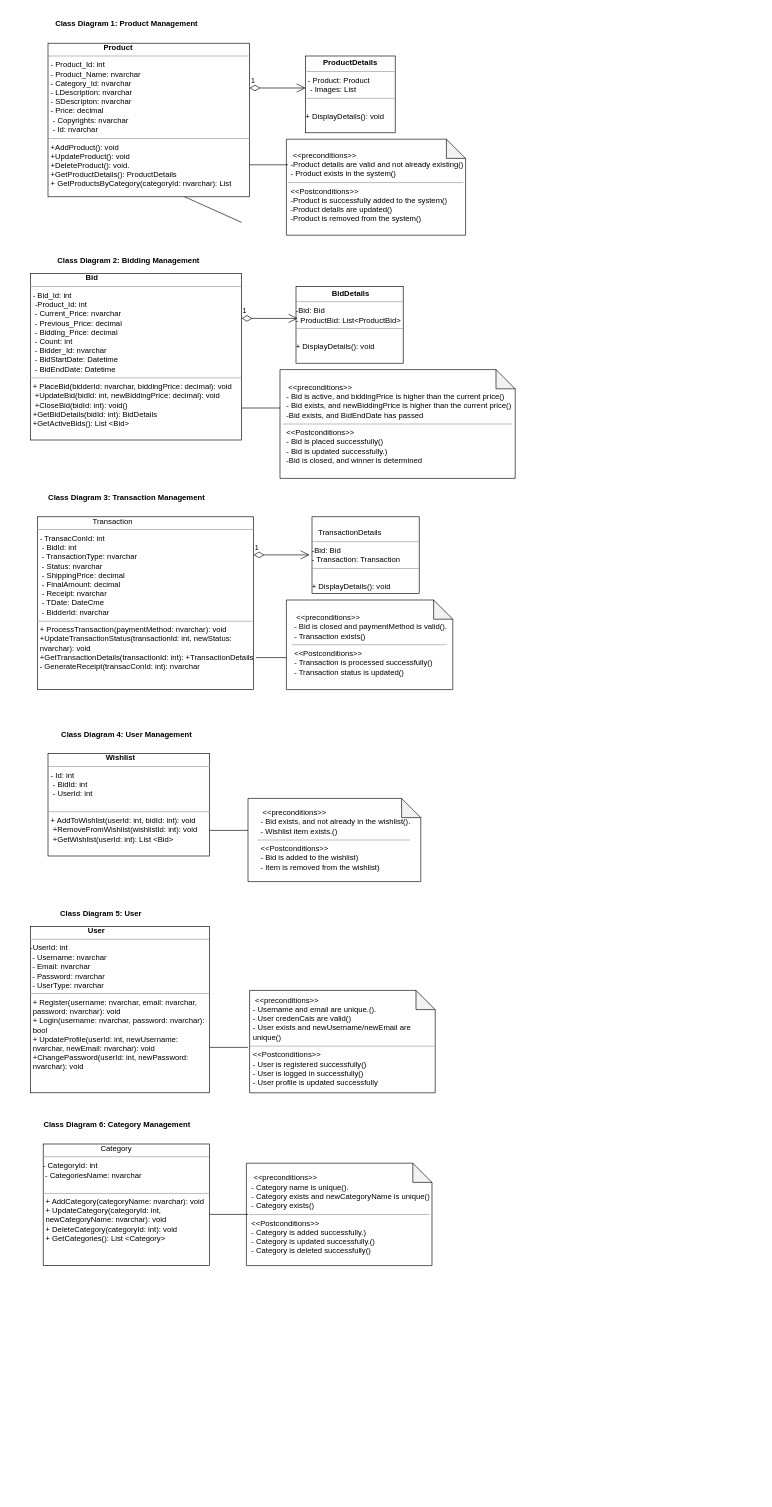
Calebcheruiyc/ProjTech keeps this draw.io diagram as Untitled Diagram.drawio. Above is the earlier version. Source tidied: cells renumbered, new cells numbered last; positions are measured from the earlier drawing's top-left corner, leaving out a move shared by most shapes. Both pictures are drawn from the tidied source at 64%, with x=0, y=0 at pixel (24, 11).
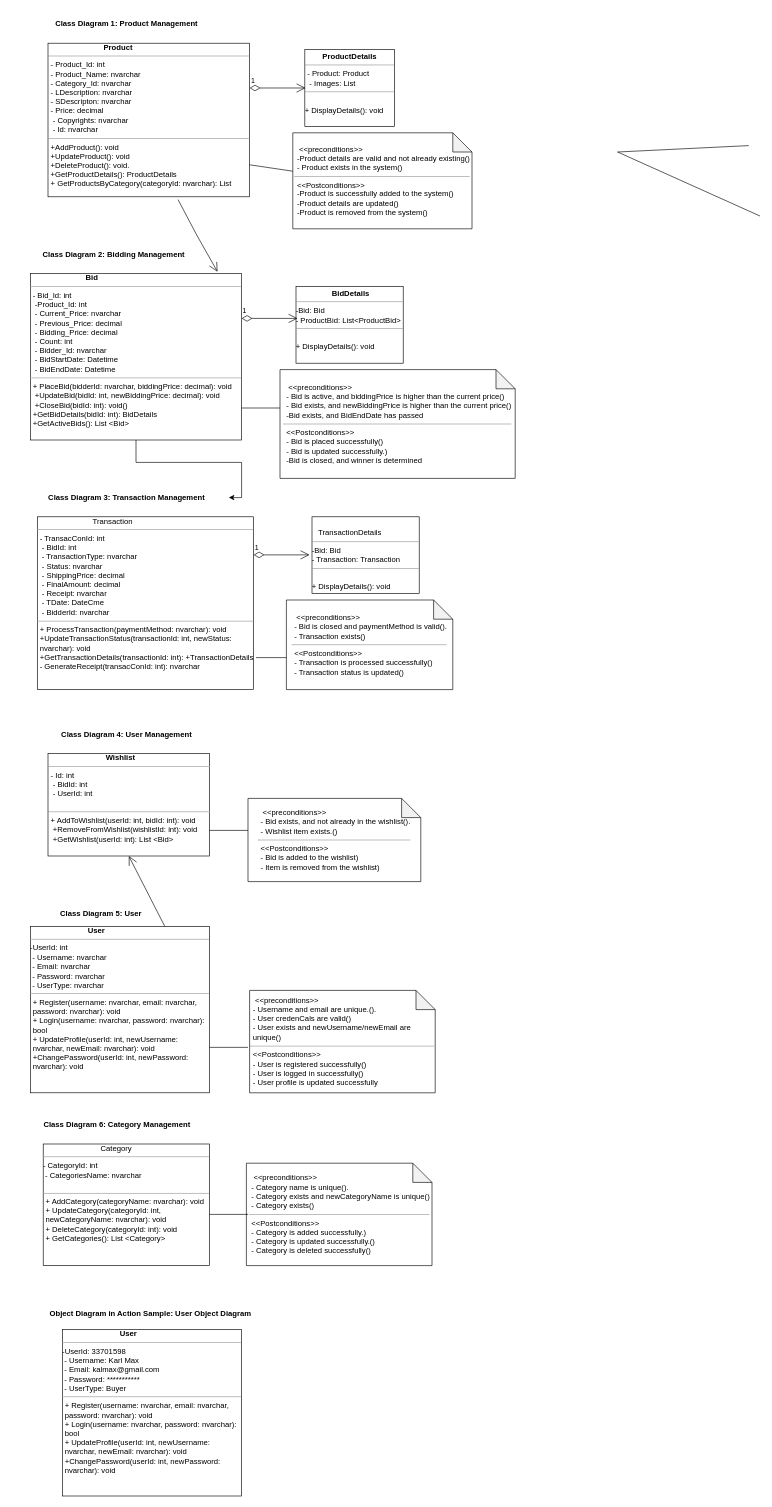
The same diagram, later.

Unchanged cells that the change refers to:
```xml
<mxCell id="3" value="&amp;nbsp; &amp;nbsp; &amp;nbsp; &amp;nbsp; &amp;nbsp; &amp;nbsp; &amp;nbsp; &amp;nbsp; &amp;nbsp; &amp;nbsp; &amp;nbsp; &amp;nbsp; &amp;nbsp; &lt;b&gt;Product&lt;/b&gt;&lt;br&gt;&lt;hr size=&quot;1&quot;&gt;&lt;p style=&quot;margin:0px;margin-left:4px;&quot;&gt;- Product_Id: int&lt;/p&gt;&lt;p style=&quot;margin:0px;margin-left:4px;&quot;&gt;- Product_Name: nvarchar&lt;/p&gt;&lt;p style=&quot;margin:0px;margin-left:4px;&quot;&gt;- Category_Id: nvarchar&lt;/p&gt;&lt;p style=&quot;margin:0px;margin-left:4px;&quot;&gt;- LDescription: nvarchar&lt;br&gt;&lt;/p&gt;&lt;p style=&quot;margin:0px;margin-left:4px;&quot;&gt;- SDescripton: nvarchar&lt;br&gt;&lt;/p&gt;&lt;p style=&quot;margin:0px;margin-left:4px;&quot;&gt;- Price: decimal&amp;nbsp;&lt;/p&gt;&lt;p style=&quot;margin:0px;margin-left:4px;&quot;&gt;&amp;nbsp;- Copyrights: nvarchar&amp;nbsp;&lt;/p&gt;&lt;p style=&quot;margin:0px;margin-left:4px;&quot;&gt;&amp;nbsp;- Id: nvarchar&lt;/p&gt;&lt;hr size=&quot;1&quot;&gt;&lt;p style=&quot;margin:0px;margin-left:4px;&quot;&gt;+AddProduct(): void&amp;nbsp;&lt;/p&gt;&lt;p style=&quot;margin:0px;margin-left:4px;&quot;&gt;+UpdateProduct(): void&lt;br&gt;+DeleteProduct(): void.&lt;br&gt;+GetProductDetails(): ProductDetails&lt;br&gt;+ GetProductsByCategory(categoryId: nvarchar): List&lt;br&gt;&lt;/p&gt;" style="verticalAlign=top;align=left;overflow=fill;fontSize=12;fontFamily=Helvetica;html=1;whiteSpace=wrap;" parent="1" vertex="1">
  <mxGeometry x="37.5" y="50" width="315" height="240" as="geometry" />
</mxCell>
<mxCell id="10" value="&amp;nbsp; &amp;nbsp; &amp;nbsp; &amp;nbsp; &amp;nbsp; &amp;nbsp; &amp;nbsp; &amp;nbsp; &amp;nbsp; &amp;nbsp; &amp;nbsp; &amp;nbsp; &amp;nbsp;&lt;b&gt;  Bid&lt;/b&gt;&lt;br&gt;&lt;hr size=&quot;1&quot;&gt;&lt;p style=&quot;margin:0px;margin-left:4px;&quot;&gt;- Bid_Id: int&lt;/p&gt;&lt;p style=&quot;margin:0px;margin-left:4px;&quot;&gt;&amp;nbsp;-Product_Id: int&lt;/p&gt;&lt;p style=&quot;margin:0px;margin-left:4px;&quot;&gt;&amp;nbsp;- Current_Price: nvarchar&amp;nbsp;&lt;/p&gt;&lt;p style=&quot;margin:0px;margin-left:4px;&quot;&gt;&amp;nbsp;- Previous_Price: decimal&amp;nbsp;&lt;/p&gt;&lt;p style=&quot;margin:0px;margin-left:4px;&quot;&gt;&amp;nbsp;- Bidding_Price: decimal&lt;/p&gt;&lt;p style=&quot;margin:0px;margin-left:4px;&quot;&gt;&amp;nbsp;- Count: int&amp;nbsp;&lt;/p&gt;&lt;p style=&quot;margin:0px;margin-left:4px;&quot;&gt;&amp;nbsp;- Bidder_Id: nvarchar&amp;nbsp;&lt;/p&gt;&lt;p style=&quot;margin:0px;margin-left:4px;&quot;&gt;&amp;nbsp;- BidStartDate: Datetime&lt;/p&gt;&lt;p style=&quot;margin:0px;margin-left:4px;&quot;&gt;&amp;nbsp;- BidEndDate: Datetime&lt;br&gt;&lt;/p&gt;&lt;hr size=&quot;1&quot;&gt;&lt;p style=&quot;margin:0px;margin-left:4px;&quot;&gt;+ PlaceBid(bidderId: nvarchar, biddingPrice: decimal): void&lt;br&gt;&lt;/p&gt;&lt;p style=&quot;margin:0px;margin-left:4px;&quot;&gt;&amp;nbsp;+UpdateBid(bidId: int, newBiddingPrice: decimal): void&lt;br&gt;&lt;/p&gt;&lt;p style=&quot;margin:0px;margin-left:4px;&quot;&gt;&amp;nbsp;+CloseBid(bidId: int): void()&lt;br&gt;&lt;/p&gt;&lt;p style=&quot;margin:0px;margin-left:4px;&quot;&gt;+GetBidDetails(bidId: int): BidDetails&lt;br&gt;+GetActiveBids(): List &amp;lt;Bid&amp;gt;&lt;br&gt;&lt;/p&gt;" style="verticalAlign=top;align=left;overflow=fill;fontSize=12;fontFamily=Helvetica;html=1;whiteSpace=wrap;" parent="1" vertex="1">
  <mxGeometry x="10" y="410" width="330" height="260" as="geometry" />
</mxCell>
<mxCell id="15" value=" Class Diagram 3: Transaction Management" style="text;align=center;fontStyle=1;verticalAlign=middle;spacingLeft=3;spacingRight=3;strokeColor=none;points=[[0,0.5],[1,0.5]];portConstraint=eastwest;html=1;" parent="1" vertex="1">
  <mxGeometry y="740" width="320" height="40" as="geometry" />
</mxCell>
<mxCell id="22" value="&amp;nbsp; &amp;nbsp; &amp;nbsp; &amp;nbsp; &amp;nbsp; &amp;nbsp; &amp;nbsp; &amp;nbsp; &amp;nbsp; &amp;nbsp; &amp;nbsp; &amp;nbsp; &amp;nbsp;&lt;b&gt;&amp;nbsp;&lt;/b&gt; &lt;b&gt;Wishlist&lt;/b&gt;&lt;br&gt;&lt;hr size=&quot;1&quot;&gt;&lt;p style=&quot;margin:0px;margin-left:4px;&quot;&gt;- Id: int&amp;nbsp;&lt;/p&gt;&lt;p style=&quot;margin:0px;margin-left:4px;&quot;&gt;&amp;nbsp;- BidId: int&lt;/p&gt;&lt;p style=&quot;margin:0px;margin-left:4px;&quot;&gt;&amp;nbsp;- UserId: int&lt;br&gt;&lt;/p&gt;&lt;p style=&quot;margin:0px;margin-left:4px;&quot;&gt;&lt;br&gt;&lt;/p&gt;&lt;hr size=&quot;1&quot;&gt;&lt;p style=&quot;border-color: var(--border-color); margin: 0px 0px 0px 4px;&quot;&gt;+ AddToWishlist(userId: int, bidId: int): void&lt;br style=&quot;border-color: var(--border-color);&quot;&gt;&lt;/p&gt;&lt;p style=&quot;border-color: var(--border-color); margin: 0px 0px 0px 4px;&quot;&gt;&amp;nbsp;+RemoveFromWishlist(wishlistId: int): void&lt;br style=&quot;border-color: var(--border-color);&quot;&gt;&lt;/p&gt;&lt;p style=&quot;border-color: var(--border-color); margin: 0px 0px 0px 4px;&quot;&gt;&amp;nbsp;+GetWishlist(userId: int): List &amp;lt;Bid&amp;gt;&lt;/p&gt;" style="verticalAlign=top;align=left;overflow=fill;fontSize=12;fontFamily=Helvetica;html=1;whiteSpace=wrap;" parent="1" vertex="1">
  <mxGeometry x="37.5" y="1160" width="252.5" height="160" as="geometry" />
</mxCell>
<mxCell id="26" value="&amp;nbsp; &amp;nbsp; &amp;nbsp; &amp;nbsp; &amp;nbsp; &amp;nbsp; &amp;nbsp; &amp;nbsp; &amp;nbsp; &amp;nbsp; &amp;nbsp; &amp;nbsp; &amp;nbsp;&lt;b&gt;&amp;nbsp;&amp;nbsp;User&lt;/b&gt;&lt;br&gt;&lt;hr size=&quot;1&quot;&gt;&lt;p style=&quot;margin:0px;margin-left:4px;&quot;&gt;&lt;/p&gt;-UserId: int&lt;br&gt;&amp;nbsp;- Username: nvarchar&lt;br&gt;&amp;nbsp;- Email: nvarchar&lt;br&gt;&amp;nbsp;- Password: nvarchar&lt;br&gt;&amp;nbsp;- UserType: nvarchar&lt;hr size=&quot;1&quot;&gt;&lt;p style=&quot;border-color: var(--border-color); margin: 0px 0px 0px 4px;&quot;&gt;+ Register(username: nvarchar, email: nvarchar, password: nvarchar): void&lt;br&gt;&lt;/p&gt;&lt;p style=&quot;border-color: var(--border-color); margin: 0px 0px 0px 4px;&quot;&gt;+ Login(username: nvarchar, password: nvarchar): bool&lt;br&gt;&lt;/p&gt;&lt;p style=&quot;border-color: var(--border-color); margin: 0px 0px 0px 4px;&quot;&gt;+ UpdateProfile(userId: int, newUsername: nvarchar, newEmail: nvarchar): void&lt;br&gt;&lt;/p&gt;&lt;p style=&quot;border-color: var(--border-color); margin: 0px 0px 0px 4px;&quot;&gt;+ChangePassword(userId: int, newPassword: nvarchar): void&lt;br&gt;&lt;/p&gt;" style="verticalAlign=top;align=left;overflow=fill;fontSize=12;fontFamily=Helvetica;html=1;whiteSpace=wrap;" parent="1" vertex="1">
  <mxGeometry x="10" y="1430" width="280" height="260" as="geometry" />
</mxCell>
```

What changed in the source:
```diff
@@
     <mxCell id="2" style="endArrow=none;html=1;rounded=0;entryX=0;entryY=0.5;entryDx=0;entryDy=0;exitX=0;exitY=0.5;exitDx=0;exitDy=0;" parent="1" edge="1">
       <mxGeometry relative="1" as="geometry">
-        <mxPoint x="340" y="330" as="sourcePoint" />
-        <mxPoint x="322.5" y="220" as="targetPoint" />
+        <mxPoint x="1150" y="320" as="sourcePoint" />
+        <mxPoint x="1132.5" y="210" as="targetPoint" />
         <Array as="points">
-          <mxPoint x="117.5" y="230" />
+          <mxPoint x="927.5" y="220" />
         </Array>
       </mxGeometry>
     </mxCell>
@@
     <mxCell id="4" value="&lt;p style=&quot;border-color: var(--border-color); text-align: left; margin: 0px 0px 0px 4px;&quot;&gt;&amp;nbsp;&amp;lt;&amp;lt;preconditions&amp;gt;&amp;gt;&lt;/p&gt;&lt;p style=&quot;border-color: var(--border-color); text-align: left; margin: 0px 0px 0px 4px;&quot;&gt;-Product details are valid and not already existing()&lt;br style=&quot;border-color: var(--border-color);&quot;&gt;&lt;/p&gt;&lt;p style=&quot;border-color: var(--border-color); text-align: left; margin: 0px 0px 0px 4px;&quot;&gt;- Product exists in the system()&lt;br style=&quot;border-color: var(--border-color);&quot;&gt;&lt;/p&gt;&lt;hr style=&quot;border-color: var(--border-color); text-align: left;&quot; size=&quot;1&quot;&gt;&lt;p style=&quot;border-color: var(--border-color); text-align: left; margin: 0px 0px 0px 4px;&quot;&gt;&amp;lt;&amp;lt;Postconditions&amp;gt;&amp;gt;&lt;/p&gt;&lt;p style=&quot;border-color: var(--border-color); text-align: left; margin: 0px 0px 0px 4px;&quot;&gt;-Product is successfully added to the system()&lt;br style=&quot;border-color: var(--border-color);&quot;&gt;&lt;/p&gt;&lt;p style=&quot;border-color: var(--border-color); text-align: left; margin: 0px 0px 0px 4px;&quot;&gt;-Product details are updated()&lt;br style=&quot;border-color: var(--border-color);&quot;&gt;&lt;/p&gt;&lt;p style=&quot;border-color: var(--border-color); text-align: left; margin: 0px 0px 0px 4px;&quot;&gt;-Product is removed from the system()&lt;/p&gt;" style="shape=note;whiteSpace=wrap;html=1;backgroundOutline=1;darkOpacity=0.05;" parent="1" vertex="1">
-      <mxGeometry x="410" y="200" width="280" height="150" as="geometry" />
+      <mxGeometry x="420" y="190" width="280" height="150" as="geometry" />
     </mxCell>
-    <mxCell id="5" style="endArrow=none;html=1;rounded=0;" parent="1" edge="1">
+    <mxCell id="5" style="endArrow=none;html=1;rounded=0;entryX=0;entryY=0.4;entryDx=0;entryDy=0;entryPerimeter=0;" parent="1" edge="1" target="4">
       <mxGeometry relative="1" as="geometry">
         <mxPoint x="352.5" y="240" as="sourcePoint" />
-        <mxPoint x="412.5" y="240" as="targetPoint" />
         <Array as="points">
           <mxPoint x="352.5" y="240" />
         </Array>
       </mxGeometry>
     </mxCell>
     <mxCell id="6" value="&lt;p style=&quot;margin:0px;margin-top:4px;text-align:center;&quot;&gt;&lt;b&gt;ProductDetails&lt;/b&gt;&lt;br&gt;&lt;/p&gt;&lt;hr size=&quot;1&quot;&gt;&lt;p style=&quot;margin:0px;margin-left:4px;&quot;&gt;- Product: Product&lt;/p&gt;&lt;p style=&quot;margin:0px;margin-left:4px;&quot;&gt;&amp;nbsp;- Images: List&amp;nbsp;&lt;br&gt;&lt;/p&gt;&lt;hr size=&quot;1&quot;&gt;&lt;p style=&quot;margin:0px;margin-left:4px;&quot;&gt;&amp;nbsp;&lt;/p&gt;+ DisplayDetails(): void&lt;p style=&quot;margin:0px;margin-left:4px;&quot;&gt;&lt;br&gt;&lt;/p&gt;" style="verticalAlign=top;align=left;overflow=fill;fontSize=12;fontFamily=Helvetica;html=1;whiteSpace=wrap;" parent="1" vertex="1">
-      <mxGeometry x="440" y="70" width="140" height="120" as="geometry" />
+      <mxGeometry x="438.8" y="60" width="140" height="120" as="geometry" />
     </mxCell>
@@
     <mxCell id="9" value=" Class Diagram 2: Bidding Management" style="text;align=center;fontStyle=1;verticalAlign=middle;spacingLeft=3;spacingRight=3;strokeColor=none;html=1;" parent="1" vertex="1">
-      <mxGeometry x="2.5" y="370" width="320" height="40" as="geometry" />
+      <mxGeometry x="-20" y="360" width="320" height="40" as="geometry" />
     </mxCell>
+    <mxCell id="33" style="edgeStyle=orthogonalEdgeStyle;rounded=0;jettySize=auto;html=1;" parent="1" edge="1" source="10" target="15">
+      <mxGeometry relative="1" as="geometry" />
+    </mxCell>
@@
+    <mxCell id="34" style="endArrow=open;endFill=1;endSize=12;html=1;rounded=0;exitX=0.645;exitY=1.018;exitDx=0;exitDy=0;exitPerimeter=0;entryX=0.886;entryY=-0.011;entryDx=0;entryDy=0;entryPerimeter=0;" parent="1" edge="1" source="3" target="10">
+      <mxGeometry relative="1" as="geometry">
+        <Array as="points">
+          <mxPoint x="270" y="350" />
+        </Array>
+      </mxGeometry>
+    </mxCell>
+    <mxCell id="35" style="endArrow=open;endFill=1;endSize=12;html=1;rounded=0;entryX=0.5;entryY=1;entryDx=0;entryDy=0;exitX=0.75;exitY=0;exitDx=0;exitDy=0;" parent="1" edge="1" source="26" target="22">
+      <mxGeometry relative="1" as="geometry" />
+    </mxCell>
+    <mxCell id="36" value="&amp;nbsp; &amp;nbsp; &amp;nbsp; &amp;nbsp; &amp;nbsp; &amp;nbsp; &amp;nbsp; &amp;nbsp; &amp;nbsp; &amp;nbsp; &amp;nbsp; &amp;nbsp; &amp;nbsp;&lt;b&gt;&amp;nbsp; User&lt;/b&gt;&lt;br&gt;&lt;hr size=&quot;1&quot;&gt;&lt;p style=&quot;margin:0px;margin-left:4px;&quot;&gt;&lt;/p&gt;-UserId: 33701598&lt;br&gt;&amp;nbsp;- Username: Karl Max&lt;br&gt;&amp;nbsp;- Email: kalmax@gmail.com&lt;br&gt;&amp;nbsp;- Password: ***********&lt;br&gt;&amp;nbsp;- UserType: Buyer&lt;hr size=&quot;1&quot;&gt;&lt;p style=&quot;border-color: var(--border-color); margin: 0px 0px 0px 4px;&quot;&gt;+ Register(username: nvarchar, email: nvarchar, password: nvarchar): void&lt;br&gt;&lt;/p&gt;&lt;p style=&quot;border-color: var(--border-color); margin: 0px 0px 0px 4px;&quot;&gt;+ Login(username: nvarchar, password: nvarchar): bool&lt;br&gt;&lt;/p&gt;&lt;p style=&quot;border-color: var(--border-color); margin: 0px 0px 0px 4px;&quot;&gt;+ UpdateProfile(userId: int, newUsername: nvarchar, newEmail: nvarchar): void&lt;br&gt;&lt;/p&gt;&lt;p style=&quot;border-color: var(--border-color); margin: 0px 0px 0px 4px;&quot;&gt;+ChangePassword(userId: int, newPassword: nvarchar): void&lt;br&gt;&lt;/p&gt;" style="verticalAlign=top;align=left;overflow=fill;fontSize=12;fontFamily=Helvetica;html=1;whiteSpace=wrap;" parent="1" vertex="1">
+      <mxGeometry x="60" y="2060" width="280" height="260" as="geometry" />
+    </mxCell>
+    <mxCell id="37" value="Object Diagram in Action Sample: User Object Diagram&amp;nbsp;" style="text;align=center;fontStyle=1;verticalAlign=middle;spacingLeft=3;spacingRight=3;strokeColor=none;html=1;" parent="1" vertex="1">
+      <mxGeometry x="37.5" y="2010" width="322.5" height="50" as="geometry" />
+    </mxCell>
```
